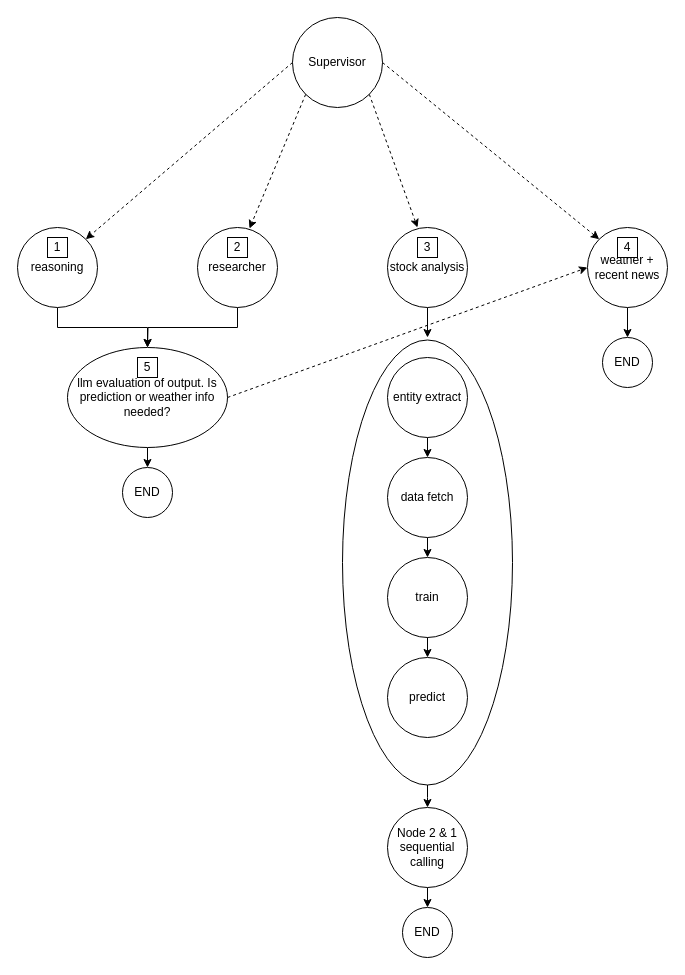
Earlier version of the draw.io diagram Untitled Diagram.drawio (gaguadcode/stock_prediction). Source tidied: cells renumbered, new cells numbered last; positions are measured from the earlier drawing's top-left corner, leaving out a move shared by most shapes. Both pictures are drawn from the tidied source at 100%, with x=0, y=0 at pixel (17, 17).
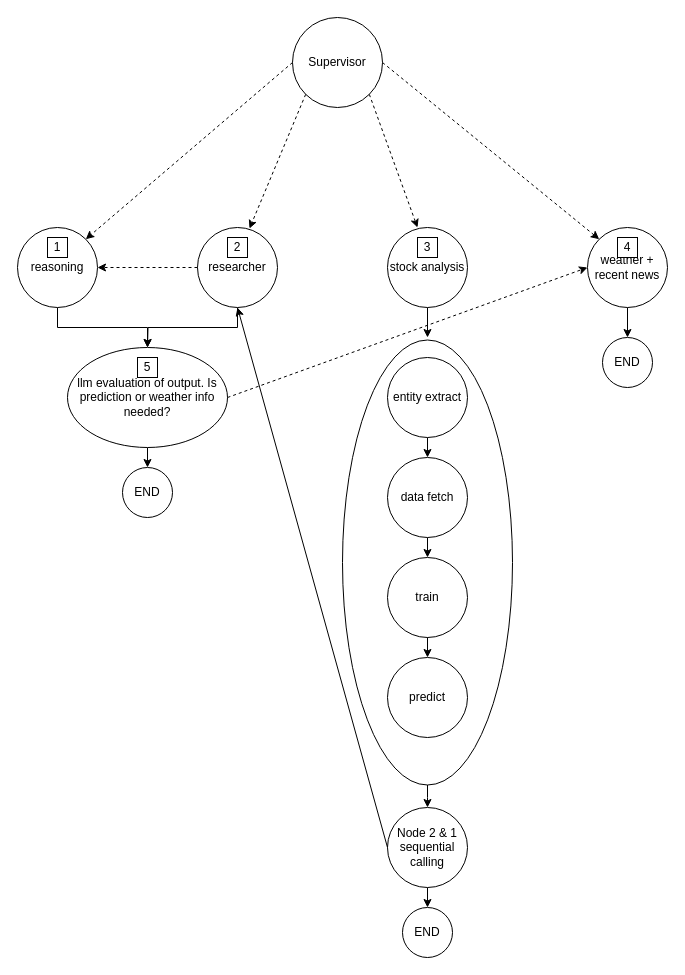
Above is the later version.

The change refers to these unchanged cells:
```xml
<mxCell id="4" value="reasoning" style="ellipse;whiteSpace=wrap;html=1;" parent="1" vertex="1">
  <mxGeometry y="210" width="80" height="80" as="geometry" />
</mxCell>
<mxCell id="6" value="researcher" style="ellipse;whiteSpace=wrap;html=1;" parent="1" vertex="1">
  <mxGeometry x="180" y="210" width="80" height="80" as="geometry" />
</mxCell>
<mxCell id="31" value="Node 2 &amp;amp; 1 sequential calling" style="ellipse;whiteSpace=wrap;html=1;" parent="1" vertex="1">
  <mxGeometry x="370" y="790" width="80" height="80" as="geometry" />
</mxCell>
```

The edit, as a diff of the source:
```diff
@@
+    <mxCell id="37" style="endArrow=classic;html=1;rounded=0;exitX=0;exitY=0.5;exitDx=0;exitDy=0;entryX=1;entryY=0.5;entryDx=0;entryDy=0;dashed=1;" parent="1" edge="1" source="6" target="4">
+      <mxGeometry relative="1" as="geometry" />
+    </mxCell>
+    <mxCell id="38" style="endArrow=classic;html=1;rounded=0;exitX=0;exitY=0.5;exitDx=0;exitDy=0;" parent="1" edge="1" source="31">
+      <mxGeometry relative="1" as="geometry">
+        <mxPoint x="220" y="290" as="targetPoint" />
+      </mxGeometry>
+    </mxCell>
```
